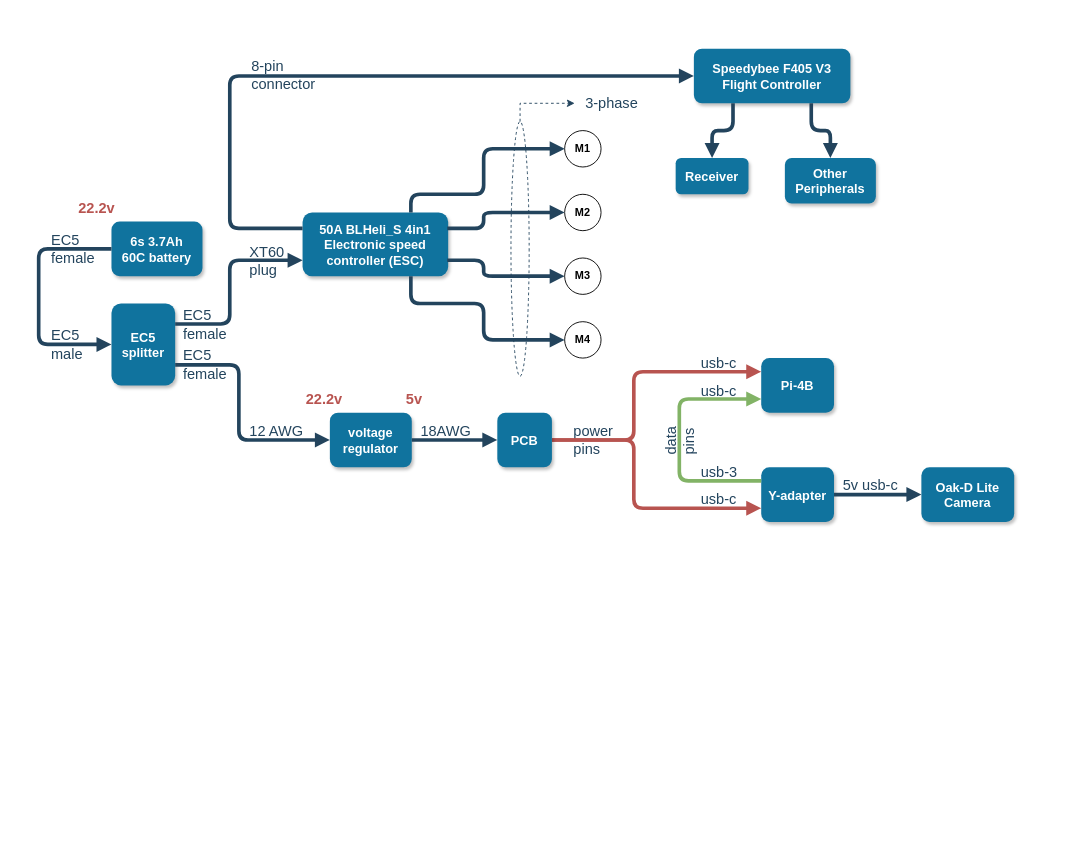
Earlier version of the draw.io diagram electrical-design/wiring-diagram.drawio (MichaelThamm/autonomous-drone). Source tidied: cells renumbered, new cells numbered last; positions are measured from the earlier drawing's top-left corner, leaving out a move shared by most shapes. Both pictures are drawn from the tidied source at 91%, with x=0, y=0 at pixel (29, 15).
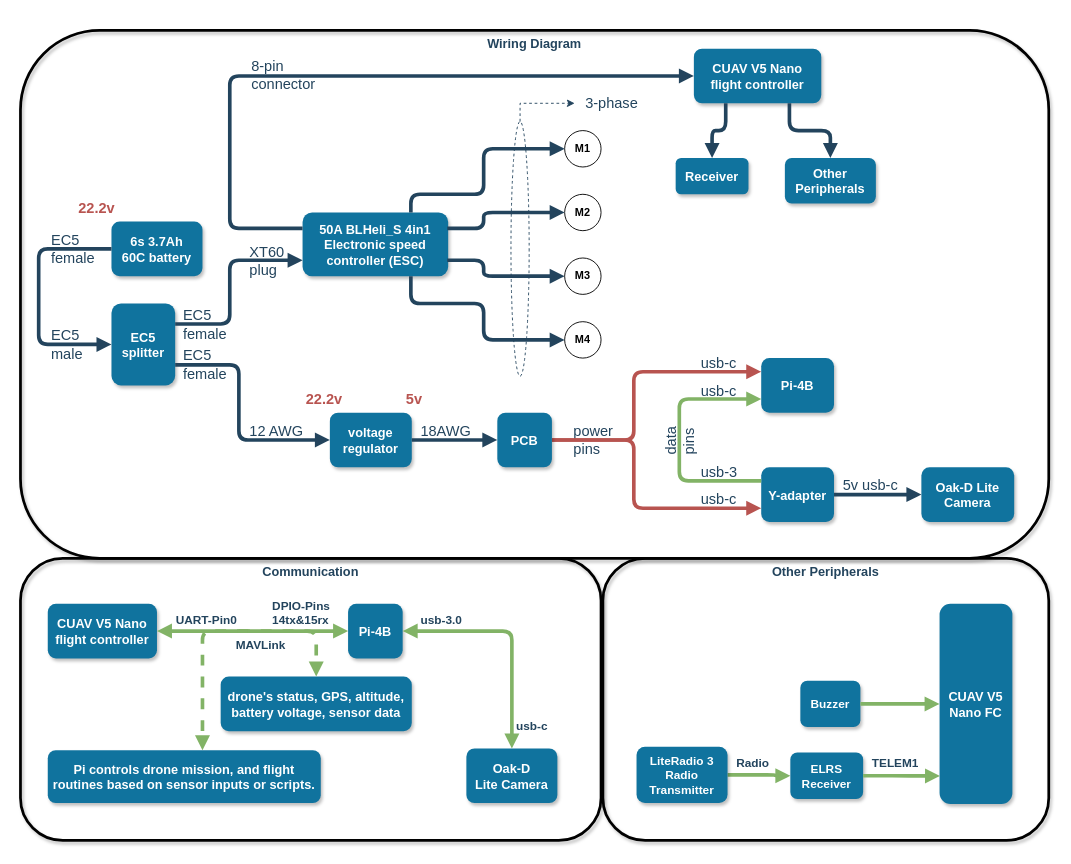
After the change.

What changed in the source:
```diff
@@
+    <mxCell id="53" value="Other Peripherals" style="rounded=1;fillColor=none;strokeColor=default;shadow=1;gradientColor=none;fontStyle=1;fontColor=#23445D;fontSize=14;strokeWidth=3;verticalAlign=top;" parent="1" vertex="1">
+      <mxGeometry x="630" y="596" width="490" height="310" as="geometry" />
+    </mxCell>
+    <mxCell id="54" value="Wiring Diagram" style="rounded=1;fillColor=none;strokeColor=default;shadow=1;gradientColor=none;fontStyle=1;fontColor=#23445D;fontSize=14;strokeWidth=3;verticalAlign=top;" parent="1" vertex="1">
+      <mxGeometry x="-10" y="16" width="1130" height="580" as="geometry" />
+    </mxCell>
@@
-    <mxCell id="14" value="Speedybee F405 V3&#10;Flight Controller" style="rounded=1;fillColor=#10739E;strokeColor=none;shadow=1;gradientColor=none;fontStyle=1;fontColor=#FFFFFF;fontSize=14;" parent="1" vertex="1">
-      <mxGeometry x="730" y="36" width="172" height="60" as="geometry" />
+    <mxCell id="14" value="CUAV V5 Nano&#10;flight controller" style="rounded=1;fillColor=#10739E;strokeColor=none;shadow=1;gradientColor=none;fontStyle=1;fontColor=#FFFFFF;fontSize=14;" parent="1" vertex="1">
+      <mxGeometry x="730" y="36" width="140" height="60" as="geometry" />
     </mxCell>
@@
+    <mxCell id="55" value="TELEM1" style="edgeLabel;html=1;align=left;verticalAlign=middle;labelBackgroundColor=none;fontColor=#23445D;fontStyle=1;fontSize=13;" parent="1" vertex="1">
+      <mxGeometry x="902" y="756" as="geometry">
+        <mxPoint x="22" y="64" as="offset" />
+      </mxGeometry>
+    </mxCell>
+    <mxCell id="56" style="edgeStyle=elbowEdgeStyle;strokeWidth=4;endArrow=block;endFill=1;fontStyle=1;strokeColor=#82b366;entryX=0;entryY=0.5;entryDx=0;entryDy=0;elbow=horizontal;fillColor=#d5e8d4;exitX=1;exitY=0.5;exitDx=0;exitDy=0;" parent="1" edge="1" source="74" target="75">
+      <mxGeometry x="752" y="915.5" as="geometry">
+        <Array as="points">
+          <mxPoint x="820" y="826" />
+        </Array>
+      </mxGeometry>
+    </mxCell>
+    <mxCell id="57" value="Radio" style="edgeLabel;html=1;align=left;verticalAlign=middle;labelBackgroundColor=none;fontColor=#23445D;fontStyle=1;fontSize=13;" parent="1" vertex="1">
+      <mxGeometry x="753" y="756" as="geometry">
+        <mxPoint x="22" y="64" as="offset" />
+      </mxGeometry>
+    </mxCell>
+    <mxCell id="58" value="Communication" style="rounded=1;fillColor=none;strokeColor=default;shadow=1;gradientColor=none;fontStyle=1;fontColor=#23445D;fontSize=14;strokeWidth=3;verticalAlign=top;" parent="1" vertex="1">
+      <mxGeometry x="-10" y="596" width="638" height="310" as="geometry" />
+    </mxCell>
+    <mxCell id="59" value="CUAV V5 Nano&#10;flight controller" style="rounded=1;fillColor=#10739E;strokeColor=none;shadow=1;gradientColor=none;fontStyle=1;fontColor=#FFFFFF;fontSize=14;" parent="1" vertex="1">
+      <mxGeometry x="20" y="646" width="120" height="60" as="geometry" />
+    </mxCell>
+    <mxCell id="60" value="Pi-4B" style="rounded=1;fillColor=#10739E;strokeColor=none;shadow=1;gradientColor=none;fontStyle=1;fontColor=#FFFFFF;fontSize=14;" parent="1" vertex="1">
+      <mxGeometry x="350" y="646" width="60" height="60" as="geometry" />
+    </mxCell>
+    <mxCell id="61" style="edgeStyle=elbowEdgeStyle;strokeWidth=4;endArrow=block;endFill=1;fontStyle=1;strokeColor=#82b366;exitX=1;exitY=0.5;exitDx=0;exitDy=0;entryX=0;entryY=0.5;entryDx=0;entryDy=0;elbow=horizontal;fillColor=#d5e8d4;startArrow=block;startFill=1;" parent="1" edge="1" source="59" target="60">
+      <mxGeometry x="112" y="915.5" as="geometry" />
+    </mxCell>
+    <mxCell id="62" value="&lt;div style=&quot;font-size: 13px;&quot;&gt;&lt;font style=&quot;font-size: 13px;&quot;&gt;UART-Pin0&lt;/font&gt;&lt;/div&gt;" style="edgeLabel;html=1;align=left;verticalAlign=middle;labelBackgroundColor=none;fontColor=#23445D;fontStyle=1;fontSize=13;" parent="1" vertex="1">
+      <mxGeometry x="137" y="599" as="geometry">
+        <mxPoint x="22" y="64" as="offset" />
+      </mxGeometry>
+    </mxCell>
+    <mxCell id="63" value="drone's status, GPS, altitude,&#10;battery voltage, sensor data" style="rounded=1;fillColor=#10739E;strokeColor=none;shadow=1;gradientColor=none;fontStyle=1;fontColor=#FFFFFF;fontSize=14;" parent="1" vertex="1">
+      <mxGeometry x="210" y="726" width="210" height="60" as="geometry" />
+    </mxCell>
+    <mxCell id="64" style="edgeStyle=elbowEdgeStyle;strokeWidth=4;endArrow=block;endFill=1;fontStyle=1;strokeColor=#82b366;entryX=0.5;entryY=0;entryDx=0;entryDy=0;elbow=horizontal;fillColor=#d5e8d4;dashed=1;" parent="1" edge="1" target="63">
+      <mxGeometry x="112" y="915.5" as="geometry">
+        <mxPoint x="230" y="676" as="sourcePoint" />
+        <Array as="points">
+          <mxPoint x="315" y="706" />
+        </Array>
+      </mxGeometry>
+    </mxCell>
+    <mxCell id="65" value="Pi controls drone mission, and flight&#10;routines based on sensor inputs or scripts." style="rounded=1;fillColor=#10739E;strokeColor=none;shadow=1;gradientColor=none;fontStyle=1;fontColor=#FFFFFF;fontSize=14;" parent="1" vertex="1">
+      <mxGeometry x="20" y="807" width="300" height="58" as="geometry" />
+    </mxCell>
+    <mxCell id="66" style="edgeStyle=elbowEdgeStyle;strokeWidth=4;endArrow=block;endFill=1;fontStyle=1;strokeColor=#82b366;entryX=0.5;entryY=0;entryDx=0;entryDy=0;elbow=horizontal;fillColor=#d5e8d4;dashed=1;" parent="1" edge="1">
+      <mxGeometry x="112" y="915.5" as="geometry">
+        <mxPoint x="240" y="676" as="sourcePoint" />
+        <mxPoint x="190" y="807" as="targetPoint" />
+        <Array as="points">
+          <mxPoint x="190" y="746" />
+        </Array>
+      </mxGeometry>
+    </mxCell>
+    <mxCell id="67" value="&lt;font style=&quot;font-size: 13px;&quot;&gt;MAVLink&lt;/font&gt;" style="edgeLabel;html=1;align=left;verticalAlign=middle;labelBackgroundColor=none;fontColor=#23445D;fontStyle=1;fontSize=13;" parent="1" vertex="1">
+      <mxGeometry x="203" y="626" as="geometry">
+        <mxPoint x="22" y="64" as="offset" />
+      </mxGeometry>
+    </mxCell>
+    <mxCell id="68" value="&lt;div style=&quot;font-size: 13px;&quot;&gt;DPIO-Pins&lt;/div&gt;&lt;div style=&quot;font-size: 13px;&quot;&gt;14tx&amp;amp;15rx&lt;br style=&quot;font-size: 13px;&quot;&gt;&lt;/div&gt;" style="edgeLabel;html=1;align=left;verticalAlign=middle;labelBackgroundColor=none;fontColor=#23445D;fontStyle=1;fontSize=13;" parent="1" vertex="1">
+      <mxGeometry x="243" y="591" as="geometry">
+        <mxPoint x="22" y="64" as="offset" />
+      </mxGeometry>
+    </mxCell>
+    <mxCell id="69" value="Oak-D&#10;Lite Camera" style="rounded=1;fillColor=#10739E;strokeColor=none;shadow=1;gradientColor=none;fontStyle=1;fontColor=#FFFFFF;fontSize=14;" parent="1" vertex="1">
+      <mxGeometry x="480" y="805" width="100" height="60" as="geometry" />
+    </mxCell>
+    <mxCell id="70" style="edgeStyle=elbowEdgeStyle;strokeWidth=4;endArrow=block;endFill=1;fontStyle=1;strokeColor=#82b366;entryX=0.5;entryY=0;entryDx=0;entryDy=0;elbow=horizontal;fillColor=#d5e8d4;exitX=1;exitY=0.5;exitDx=0;exitDy=0;startArrow=block;startFill=1;" parent="1" edge="1" source="60" target="69">
+      <mxGeometry x="112" y="915.5" as="geometry">
+        <Array as="points">
+          <mxPoint x="530" y="706" />
+        </Array>
+      </mxGeometry>
+    </mxCell>
+    <mxCell id="71" value="&lt;div style=&quot;font-size: 13px;&quot;&gt;usb-3.0&lt;/div&gt;" style="edgeLabel;html=1;align=left;verticalAlign=middle;labelBackgroundColor=none;fontColor=#23445D;fontStyle=1;fontSize=13;" parent="1" vertex="1">
+      <mxGeometry x="406" y="599" as="geometry">
+        <mxPoint x="22" y="64" as="offset" />
+      </mxGeometry>
+    </mxCell>
+    <mxCell id="72" value="usb-c" style="edgeLabel;html=1;align=left;verticalAlign=middle;labelBackgroundColor=none;fontColor=#23445D;fontStyle=1;horizontal=1;fontSize=13;" parent="1" vertex="1">
+      <mxGeometry x="511" y="715" as="geometry">
+        <mxPoint x="22" y="64" as="offset" />
+      </mxGeometry>
+    </mxCell>
+    <mxCell id="73" value="CUAV V5&#10;Nano FC" style="rounded=1;fillColor=#10739E;strokeColor=none;shadow=1;gradientColor=none;fontStyle=1;fontColor=#FFFFFF;fontSize=14;" parent="1" vertex="1">
+      <mxGeometry x="1000" y="646" width="80" height="220" as="geometry" />
+    </mxCell>
+    <mxCell id="74" value="LiteRadio 3&#10;Radio&#10;Transmitter " style="rounded=1;fillColor=#10739E;strokeColor=none;shadow=1;gradientColor=none;fontStyle=1;fontColor=#FFFFFF;fontSize=13;horizontal=1;" parent="1" vertex="1">
+      <mxGeometry x="667" y="803" width="100" height="62" as="geometry" />
+    </mxCell>
+    <mxCell id="75" value="ELRS&#10;Receiver" style="rounded=1;fillColor=#10739E;strokeColor=none;shadow=1;gradientColor=none;fontStyle=1;fontColor=#FFFFFF;fontSize=13;horizontal=1;" parent="1" vertex="1">
+      <mxGeometry x="836" y="809.5" width="80" height="51" as="geometry" />
+    </mxCell>
+    <mxCell id="76" style="edgeStyle=elbowEdgeStyle;strokeWidth=4;endArrow=block;endFill=1;fontStyle=1;strokeColor=#82b366;elbow=horizontal;fillColor=#d5e8d4;exitX=1;exitY=0.5;exitDx=0;exitDy=0;entryX=0.006;entryY=0.86;entryDx=0;entryDy=0;entryPerimeter=0;" parent="1" edge="1" source="75" target="73">
+      <mxGeometry x="752" y="915.5" as="geometry" />
+    </mxCell>
+    <mxCell id="77" value="Buzzer" style="rounded=1;fillColor=#10739E;strokeColor=none;shadow=1;gradientColor=none;fontStyle=1;fontColor=#FFFFFF;fontSize=13;horizontal=1;" parent="1" vertex="1">
+      <mxGeometry x="847" y="730.5" width="66" height="51" as="geometry" />
+    </mxCell>
+    <mxCell id="78" style="edgeStyle=elbowEdgeStyle;strokeWidth=4;endArrow=block;endFill=1;fontStyle=1;strokeColor=#82b366;elbow=horizontal;fillColor=#d5e8d4;exitX=1;exitY=0.5;exitDx=0;exitDy=0;entryX=0;entryY=0.5;entryDx=0;entryDy=0;" parent="1" edge="1" source="77" target="73">
+      <mxGeometry x="752" y="915.5" as="geometry" />
+    </mxCell>
```
